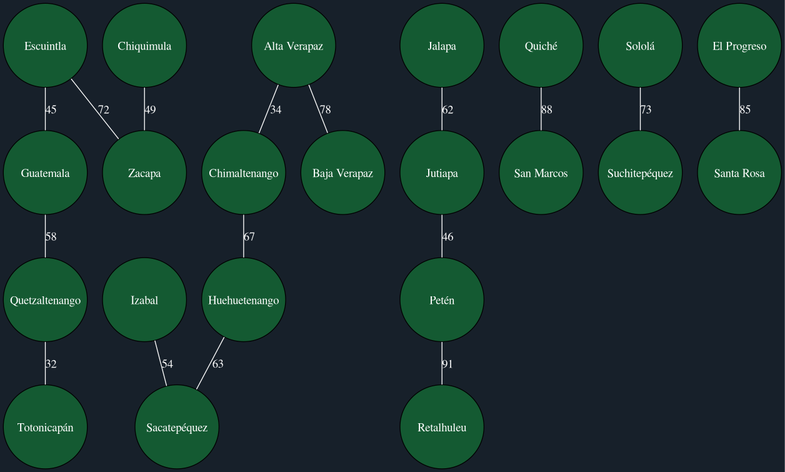
Above: Rapidito/Mapa.png in Marco131-xel/Edd_Proyecto2 (Graphviz), before the change. Its source is kept beside it as Rapidito/Mapa.dot.
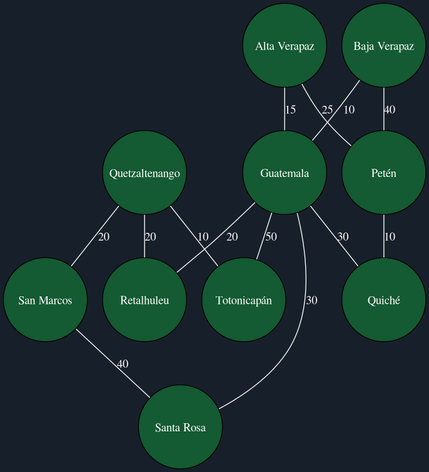
The same diagram one commit later.

Change to the diagram source:
```diff
@@ -2,20 +2,17 @@
   bgcolor="#17202a";
   node [style=filled, fillcolor="#145a32", fontcolor="white", shape=circle, width=1.4, fixedsize=true];
   edge [color="white", fontcolor="white"];
-  "Guatemala" -- "Quetzaltenango" [label="58"];
-  "Escuintla" -- "Guatemala" [label="45"];
-  "Escuintla" -- "Zacapa" [label="72"];
-  "Quetzaltenango" -- "Totonicapán" [label="32"];
-  "Huehuetenango" -- "Sacatepéquez" [label="63"];
-  "Chimaltenango" -- "Huehuetenango" [label="67"];
-  "Alta Verapaz" -- "Baja Verapaz" [label="78"];
-  "Alta Verapaz" -- "Chimaltenango" [label="34"];
-  "Izabal" -- "Sacatepéquez" [label="54"];
-  "Jalapa" -- "Jutiapa" [label="62"];
-  "Jutiapa" -- "Petén" [label="46"];
-  "Chiquimula" -- "Zacapa" [label="49"];
-  "Quiché" -- "San Marcos" [label="88"];
-  "Petén" -- "Retalhuleu" [label="91"];
-  "Sololá" -- "Suchitepéquez" [label="73"];
-  "El Progreso" -- "Santa Rosa" [label="85"];
+  "Quetzaltenango" -- "Retalhuleu" [label="20"];
+  "Quetzaltenango" -- "Totonicapán" [label="10"];
+  "Quetzaltenango" -- "San Marcos" [label="20"];
+  "Alta Verapaz" -- "Petén" [label="25"];
+  "Alta Verapaz" -- "Guatemala" [label="15"];
+  "Petén" -- "Quiché" [label="10"];
+  "Guatemala" -- "Retalhuleu" [label="20"];
+  "Guatemala" -- "Totonicapán" [label="50"];
+  "Guatemala" -- "Santa Rosa" [label="30"];
+  "Guatemala" -- "Quiché" [label="30"];
+  "Baja Verapaz" -- "Guatemala" [label="10"];
+  "Baja Verapaz" -- "Petén" [label="40"];
+  "San Marcos" -- "Santa Rosa" [label="40"];
 }
```
